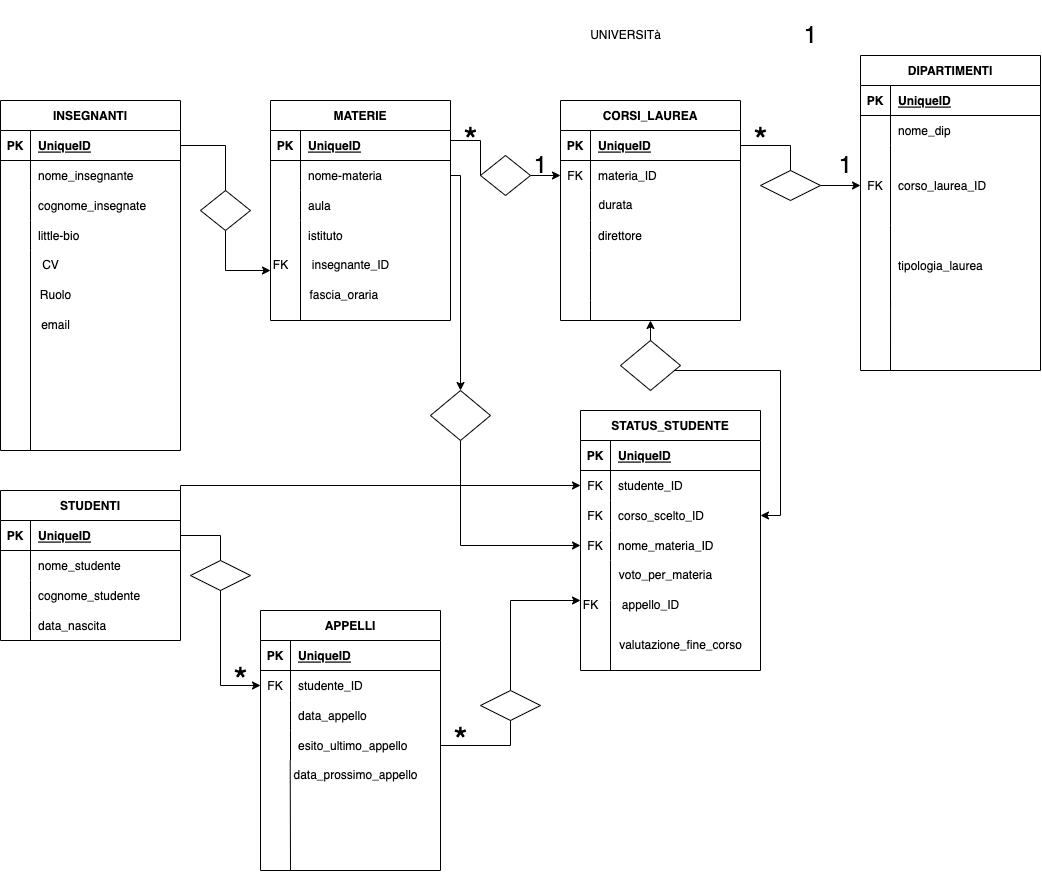
Earlier version of the draw.io export university.png (DezVibez/db-university). Source tidied: cells renumbered, new cells last; positions are measured from the earlier drawing's top-left corner, leaving out a move shared by most shapes.
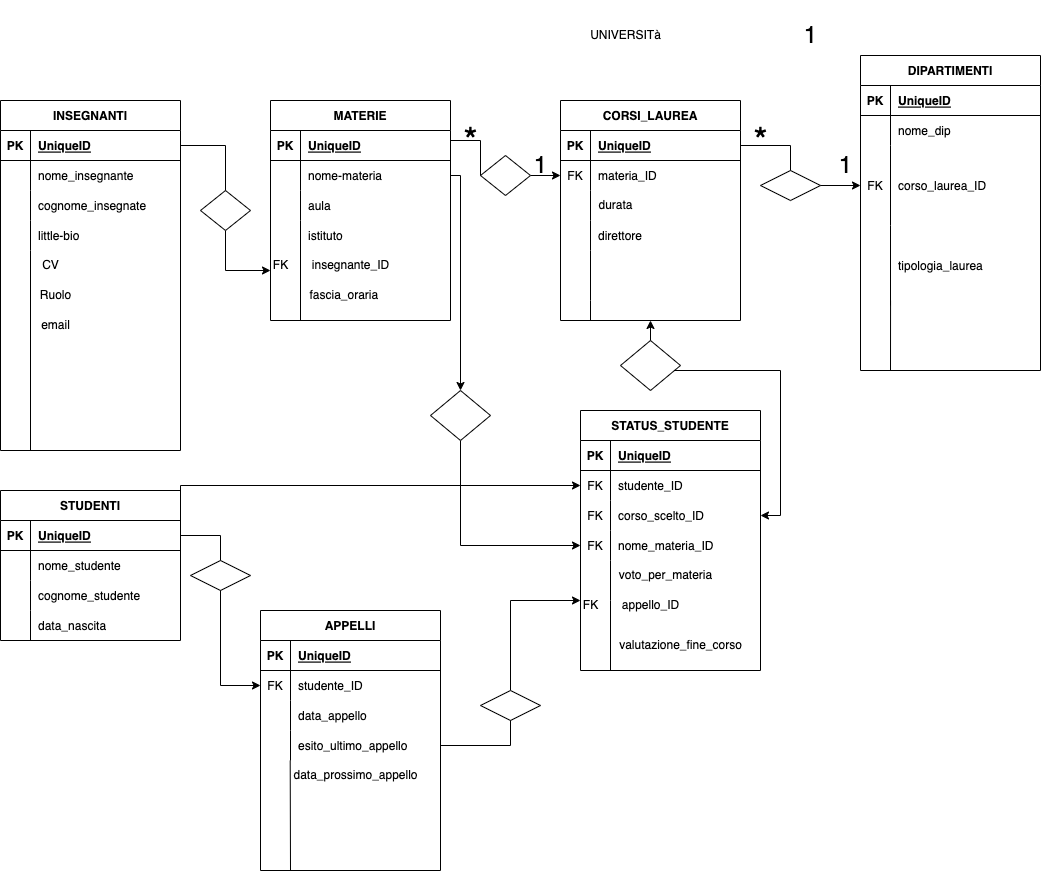
The same file after the commit.

Commit message:
niente relazioni da rivedere

Change to the diagram source:
```diff
@@ -482,11 +482,5 @@
     <mxCell id="140" value="&lt;font style=&quot;font-size: 36px;&quot;&gt;*&lt;/font&gt;" style="text;html=1;align=center;verticalAlign=middle;strokeColor=none;fillColor=none;" parent="1" vertex="1">
       <mxGeometry x="450" y="110" width="40" height="60" as="geometry" />
     </mxCell>
-    <mxCell id="141" value="&lt;font style=&quot;font-size: 36px;&quot;&gt;*&lt;/font&gt;" style="text;html=1;align=center;verticalAlign=middle;strokeColor=none;fillColor=none;" parent="1" vertex="1">
-      <mxGeometry x="440" y="710" width="40" height="60" as="geometry" />
-    </mxCell>
-    <mxCell id="142" value="&lt;font style=&quot;font-size: 36px;&quot;&gt;*&lt;/font&gt;" style="text;html=1;align=center;verticalAlign=middle;strokeColor=none;fillColor=none;" parent="1" vertex="1">
-      <mxGeometry x="220" y="650" width="40" height="60" as="geometry" />
-    </mxCell>
   </root>
 </mxGraphModel>
```
